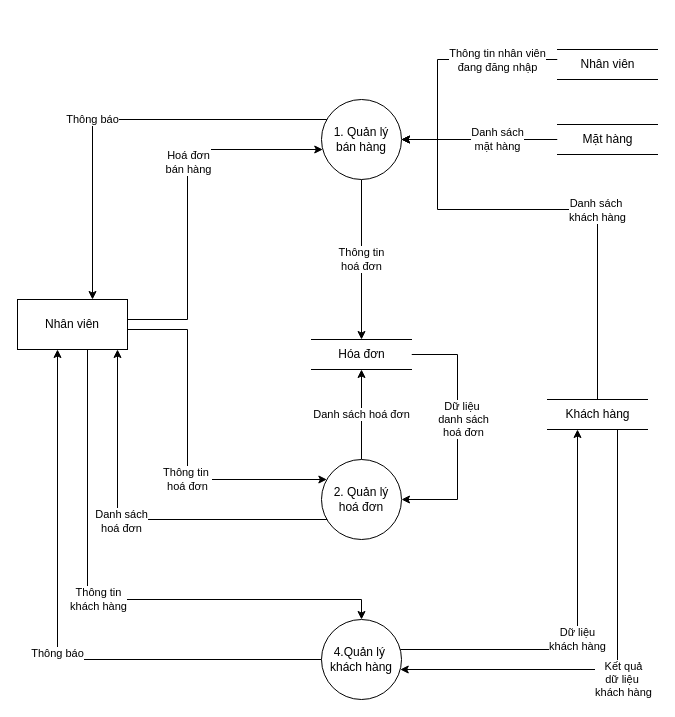
This is page "DFD Mức 1 - Nhân viên" (4 of 9) of Document/ĐồÁn/Diagram/Sơ đồ chức năng ministore.drawio from EdgarIgnite16/HTTTDN-Project, a draw.io file, before an edit. Source tidied: cells renumbered, new cells numbered last; positions are measured from the earlier drawing's top-left corner, leaving out a move shared by most shapes. Both pictures are drawn from the tidied source at 100%, with x=0, y=0 at pixel (17, 49).
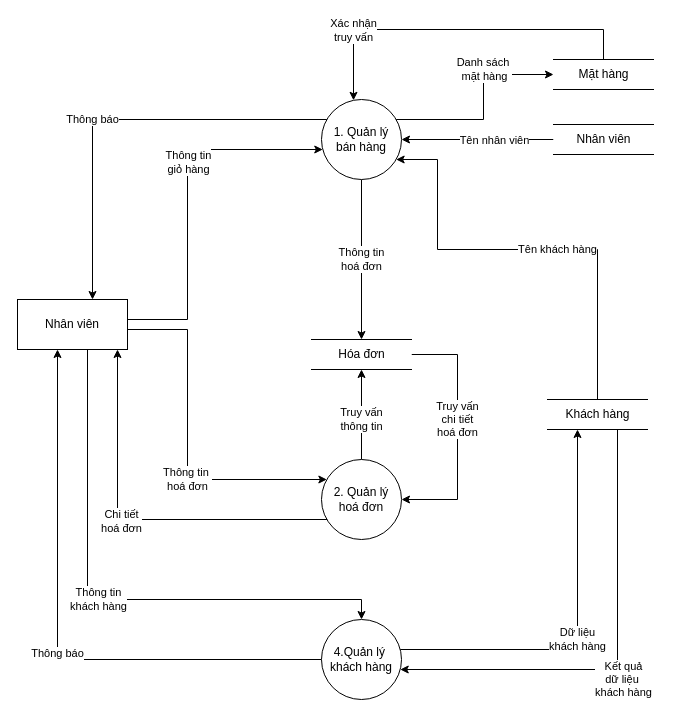
The same page after the edit.

Unchanged cells that the change refers to:
```xml
<mxCell id="3" style="edgeStyle=orthogonalEdgeStyle;rounded=0;jettySize=auto;html=1;" parent="1" edge="1" target="26">
  <mxGeometry relative="1" as="geometry">
    <mxPoint x="334.4" y="470" as="sourcePoint" />
    <Array as="points">
      <mxPoint x="100" y="470" />
    </Array>
  </mxGeometry>
</mxCell>
<mxCell id="5" value="2. Quản lý&lt;br&gt;hoá đơn" style="ellipse;whiteSpace=wrap;html=1;fontFamily=Helvetica;" parent="1" vertex="1">
  <mxGeometry x="304" y="410" width="80" height="80" as="geometry" />
</mxCell>
<mxCell id="8" value="1. Quản lý bán hàng" style="ellipse;whiteSpace=wrap;html=1;fontFamily=Helvetica;" parent="1" vertex="1">
  <mxGeometry x="304" y="50" width="80" height="80" as="geometry" />
</mxCell>
<mxCell id="13" value="Hóa đơn" style="html=1;dashed=0;whitespace=wrap;shape=partialRectangle;right=0;left=0;fontFamily=Helvetica;" parent="1" vertex="1">
  <mxGeometry x="294" y="290" width="100" height="30" as="geometry" />
</mxCell>
<mxCell id="19" value="Khách hàng" style="html=1;dashed=0;whitespace=wrap;shape=partialRectangle;right=0;left=0;fontFamily=Helvetica;" parent="1" vertex="1">
  <mxGeometry x="530" y="350" width="100" height="30" as="geometry" />
</mxCell>
<mxCell id="22" style="edgeStyle=orthogonalEdgeStyle;rounded=0;jettySize=auto;html=1;" parent="1" edge="1" source="26" target="8">
  <mxGeometry relative="1" as="geometry">
    <Array as="points">
      <mxPoint x="170" y="270" />
      <mxPoint x="170" y="100" />
    </Array>
  </mxGeometry>
</mxCell>
```

Diff of the diagram source:
```diff
@@
-    <mxCell id="2" value="&lt;div&gt;Danh sách hoá đơn&lt;/div&gt;" style="edgeStyle=orthogonalEdgeStyle;rounded=0;jettySize=auto;html=1;" parent="1" edge="1" source="5" target="13">
-      <mxGeometry relative="1" as="geometry">
+    <mxCell id="2" value="&lt;div&gt;Truy vấn&lt;/div&gt;&lt;div&gt;thông tin&lt;/div&gt;" style="edgeStyle=orthogonalEdgeStyle;rounded=0;jettySize=auto;html=1;" parent="1" edge="1" source="5" target="13">
+      <mxGeometry x="-0.11" relative="1" as="geometry">
         <Array as="points">
           <mxPoint x="344" y="370" />
           <mxPoint x="344" y="370" />
         </Array>
       </mxGeometry>
     </mxCell>
@@
-    <mxCell id="4" value="&lt;div&gt;Danh sách&lt;br&gt;&lt;/div&gt;&lt;div&gt;hoá đơn&lt;/div&gt;" style="edgeLabel;html=1;align=center;verticalAlign=middle;" parent="3" vertex="1">
+    <mxCell id="4" value="&lt;div&gt;Chi tiết&lt;/div&gt;&lt;div&gt;hoá đơn&lt;/div&gt;" style="edgeLabel;html=1;align=center;verticalAlign=middle;" parent="3" vertex="1">
       <mxGeometry x="0.14" y="1" relative="1" as="geometry" />
     </mxCell>
@@
-    <mxCell id="12" value="Dữ liệu&amp;nbsp;&lt;div&gt;danh sách&lt;div&gt;hoá đơn&lt;/div&gt;&lt;/div&gt;" style="edgeStyle=orthogonalEdgeStyle;rounded=0;jettySize=auto;html=1;" parent="1" edge="1" source="13" target="5">
-      <mxGeometry x="-0.1" y="6" relative="1" as="geometry">
+    <mxCell id="12" value="Truy vấn&lt;div&gt;chi tiết&lt;/div&gt;&lt;div&gt;hoá đơn&lt;/div&gt;" style="edgeStyle=orthogonalEdgeStyle;rounded=0;jettySize=auto;html=1;" parent="1" edge="1" source="13" target="5">
+      <mxGeometry x="-0.1" relative="1" as="geometry">
         <Array as="points">
           <mxPoint x="440" y="305" />
           <mxPoint x="440" y="450" />
         </Array>
       </mxGeometry>
     </mxCell>
@@
     <mxCell id="14" style="edgeStyle=orthogonalEdgeStyle;rounded=0;jettySize=auto;html=1;" parent="1" edge="1" source="16" target="8">
       <mxGeometry relative="1" as="geometry">
         <Array as="points">
-          <mxPoint x="420" y="10" />
-          <mxPoint x="420" y="90" />
+          <mxPoint x="486" y="90" />
+          <mxPoint x="486" y="90" />
         </Array>
       </mxGeometry>
     </mxCell>
-    <mxCell id="15" value="Thông tin nhân viên&lt;div&gt;đang đăng nhập&lt;/div&gt;" style="edgeLabel;html=1;align=center;verticalAlign=middle;" parent="14" vertex="1">
+    <mxCell id="15" value="Tên nhân viên" style="edgeLabel;html=1;align=center;verticalAlign=middle;" parent="14" vertex="1">
       <mxGeometry x="-0.25" y="1" relative="1" as="geometry">
-        <mxPoint x="28" y="-1" as="offset" />
+        <mxPoint x="-3" y="-1" as="offset" />
       </mxGeometry>
     </mxCell>
     <mxCell id="16" value="Nhân viên" style="html=1;dashed=0;whitespace=wrap;shape=partialRectangle;right=0;left=0;fontFamily=Helvetica;" parent="1" vertex="1">
-      <mxGeometry x="540" width="100" height="30" as="geometry" />
+      <mxGeometry x="536" y="75" width="100" height="30" as="geometry" />
     </mxCell>
-    <mxCell id="17" value="Danh sách&amp;nbsp;&lt;div&gt;khách hàng&lt;/div&gt;" style="edgeStyle=orthogonalEdgeStyle;rounded=0;jettySize=auto;html=1;" parent="1" edge="1" source="19">
-      <mxGeometry x="-0.17" relative="1" as="geometry">
-        <mxPoint x="384" y="90" as="targetPoint" />
+    <mxCell id="17" value="Tên khách hàng" style="edgeStyle=orthogonalEdgeStyle;rounded=0;jettySize=auto;html=1;" parent="1" edge="1" source="19" target="8">
+      <mxGeometry x="-0.14" relative="1" as="geometry">
         <Array as="points">
-          <mxPoint x="420" y="160" />
-          <mxPoint x="420" y="90" />
+          <mxPoint x="580" y="200" />
+          <mxPoint x="420" y="200" />
+          <mxPoint x="420" y="110" />
         </Array>
       </mxGeometry>
     </mxCell>
@@
-    <mxCell id="20" value="Danh sách&lt;div&gt;mặt hàng&lt;/div&gt;" style="edgeStyle=orthogonalEdgeStyle;rounded=0;jettySize=auto;html=1;" parent="1" edge="1" source="21" target="8">
-      <mxGeometry x="-0.23" relative="1" as="geometry">
+    <mxCell id="20" value="Xác nhận&lt;div&gt;truy vấn&lt;/div&gt;" style="edgeStyle=orthogonalEdgeStyle;rounded=0;jettySize=auto;html=1;" parent="1" edge="1" source="21" target="8">
+      <mxGeometry x="0.6" relative="1" as="geometry">
         <Array as="points">
-          <mxPoint x="480" y="90" />
-          <mxPoint x="480" y="90" />
+          <mxPoint x="586" y="-20" />
+          <mxPoint x="336" y="-20" />
         </Array>
       </mxGeometry>
     </mxCell>
     <mxCell id="21" value="Mặt hàng" style="html=1;dashed=0;whitespace=wrap;shape=partialRectangle;right=0;left=0;fontFamily=Helvetica;" parent="1" vertex="1">
-      <mxGeometry x="540" y="75" width="100" height="30" as="geometry" />
+      <mxGeometry x="536" y="10" width="100" height="30" as="geometry" />
     </mxCell>
@@
-    <mxCell id="23" value="Hoá đơn&lt;div&gt;&lt;div&gt;bán hàng&lt;/div&gt;&lt;/div&gt;" style="edgeLabel;html=1;align=center;verticalAlign=middle;" parent="22" vertex="1">
+    <mxCell id="23" value="Thông tin&lt;div&gt;giỏ hàng&lt;/div&gt;" style="edgeLabel;html=1;align=center;verticalAlign=middle;" parent="22" vertex="1">
       <mxGeometry x="0.01" relative="1" as="geometry">
         <mxPoint y="-34" as="offset" />
       </mxGeometry>
     </mxCell>
@@
+    <mxCell id="27" value="Danh sách&amp;nbsp;&lt;div&gt;mặt hàng&lt;/div&gt;" style="edgeStyle=orthogonalEdgeStyle;rounded=0;jettySize=auto;html=1;" parent="1" edge="1" source="8" target="21">
+      <mxGeometry x="0.31" y="5" relative="1" as="geometry">
+        <Array as="points">
+          <mxPoint x="466" y="70" />
+          <mxPoint x="466" y="25" />
+        </Array>
+      </mxGeometry>
+    </mxCell>
```
